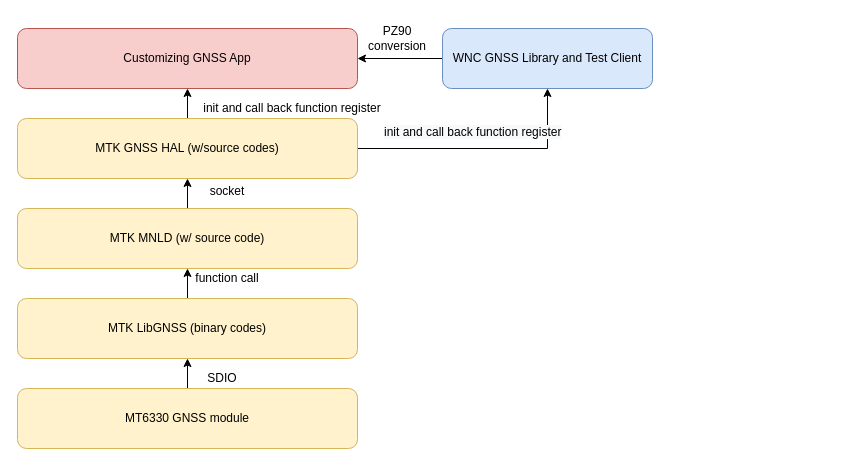
This is mtk_gnss.drawio from jiajiuan/linux_apps, a draw.io file, before an edit. Source tidied: cells renumbered, new cells numbered last; positions are measured from the earlier drawing's top-left corner, leaving out a move shared by most shapes. Both pictures are drawn from the tidied source at 100%, with x=0, y=0 at pixel (17, 28).
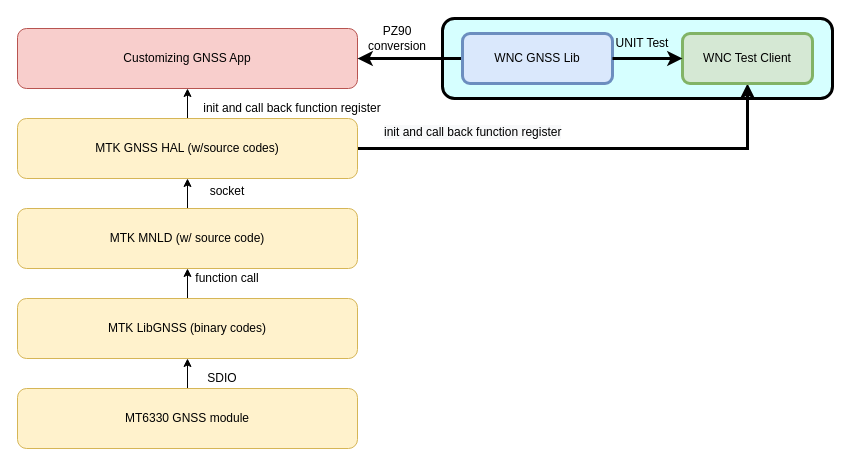
After the change.

Unchanged cells that the change refers to:
```xml
<mxCell id="11" value="MTK GNSS HAL (w/source codes)" style="rounded=1;whiteSpace=wrap;html=1;fillColor=#fff2cc;strokeColor=#d6b656;" parent="1" vertex="1">
  <mxGeometry y="90" width="340" height="60" as="geometry" />
</mxCell>
<mxCell id="14" value="Customizing GNSS App" style="rounded=1;whiteSpace=wrap;html=1;fillColor=#f8cecc;strokeColor=#b85450;" parent="1" vertex="1">
  <mxGeometry width="340" height="60" as="geometry" />
</mxCell>
```

The edit, as a diff of the source:
```diff
@@
+    <mxCell id="17" style="rounded=1;whiteSpace=wrap;html=1;strokeWidth=3;fillColor=#D6FFFF;" parent="1" vertex="1">
+      <mxGeometry x="425" y="-10" width="390" height="80" as="geometry" />
+    </mxCell>
@@
-    <mxCell id="10" style="edgeStyle=orthogonalEdgeStyle;rounded=0;jettySize=auto;html=1;" parent="1" edge="1" source="11" target="17">
-      <mxGeometry relative="1" as="geometry" />
+    <mxCell id="10" style="edgeStyle=orthogonalEdgeStyle;rounded=0;jettySize=auto;html=1;entryX=0.5;entryY=1;entryDx=0;entryDy=0;strokeWidth=3;" parent="1" edge="1" source="11" target="20">
+      <mxGeometry relative="1" as="geometry">
+        <Array as="points">
+          <mxPoint x="730" y="120" />
+        </Array>
+      </mxGeometry>
     </mxCell>
@@
-    <mxCell id="16" style="edgeStyle=orthogonalEdgeStyle;rounded=0;jettySize=auto;html=1;" parent="1" edge="1" source="17" target="14">
+    <mxCell id="16" style="edgeStyle=orthogonalEdgeStyle;rounded=0;jettySize=auto;html=1;exitX=0;exitY=0.5;exitDx=0;exitDy=0;strokeWidth=3;" parent="1" edge="1" source="21" target="14">
       <mxGeometry relative="1" as="geometry" />
     </mxCell>
-    <mxCell id="17" value="WNC GNSS Library and Test Client" style="rounded=1;whiteSpace=wrap;html=1;fillColor=#dae8fc;strokeColor=#6c8ebf;" parent="1" vertex="1">
-      <mxGeometry x="425" width="210" height="60" as="geometry" />
-    </mxCell>
@@
+    <mxCell id="20" value="WNC Test Client" style="rounded=1;whiteSpace=wrap;html=1;strokeWidth=3;fillColor=#d5e8d4;strokeColor=#82b366;" parent="1" vertex="1">
+      <mxGeometry x="665" y="5" width="130" height="50" as="geometry" />
+    </mxCell>
+    <mxCell id="21" value="WNC GNSS Lib" style="rounded=1;whiteSpace=wrap;html=1;strokeWidth=3;fillColor=#dae8fc;strokeColor=#6c8ebf;" parent="1" vertex="1">
+      <mxGeometry x="445" y="5" width="150" height="50" as="geometry" />
+    </mxCell>
+    <mxCell id="22" style="endArrow=classic;html=1;entryX=0;entryY=0.5;entryDx=0;entryDy=0;exitX=1;exitY=0.5;exitDx=0;exitDy=0;strokeWidth=3;" parent="1" edge="1" source="21" target="20">
+      <mxGeometry relative="1" as="geometry" />
+    </mxCell>
+    <mxCell id="23" value="UNIT Test" style="text;html=1;strokeColor=none;fillColor=none;align=center;verticalAlign=middle;whiteSpace=wrap;rounded=0;" parent="1" vertex="1">
+      <mxGeometry x="585" y="5" width="80" height="20" as="geometry" />
+    </mxCell>
```
